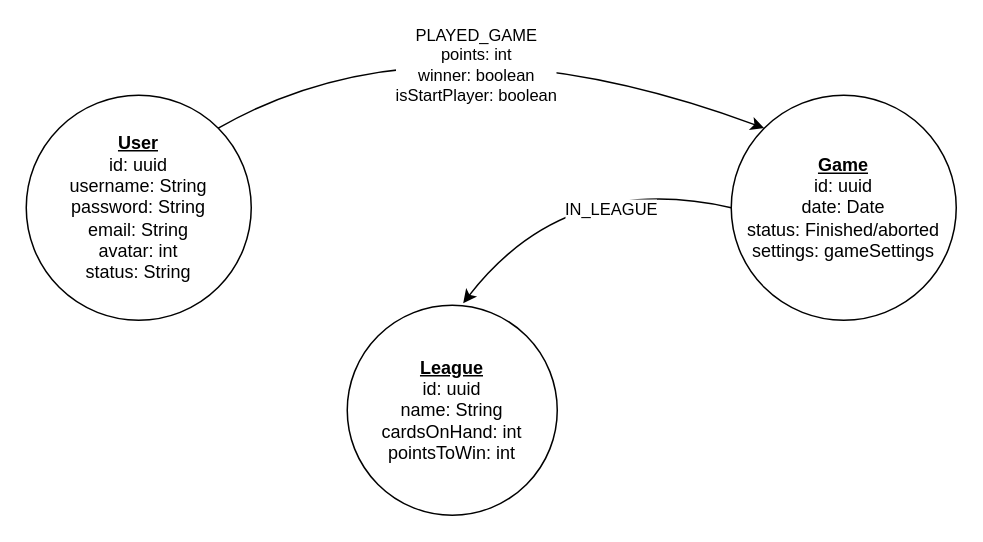
BitLord69/SGFM2 keeps this draw.io diagram as page "simple version" (1 of 2) of Database.drawio. Above is the earlier version. Source tidied: cells renumbered, new cells numbered last; positions are measured from the earlier drawing's top-left corner, leaving out a move shared by most shapes. Both pictures are drawn from the tidied source at 150%, with x=0, y=0 at pixel (26, 4).
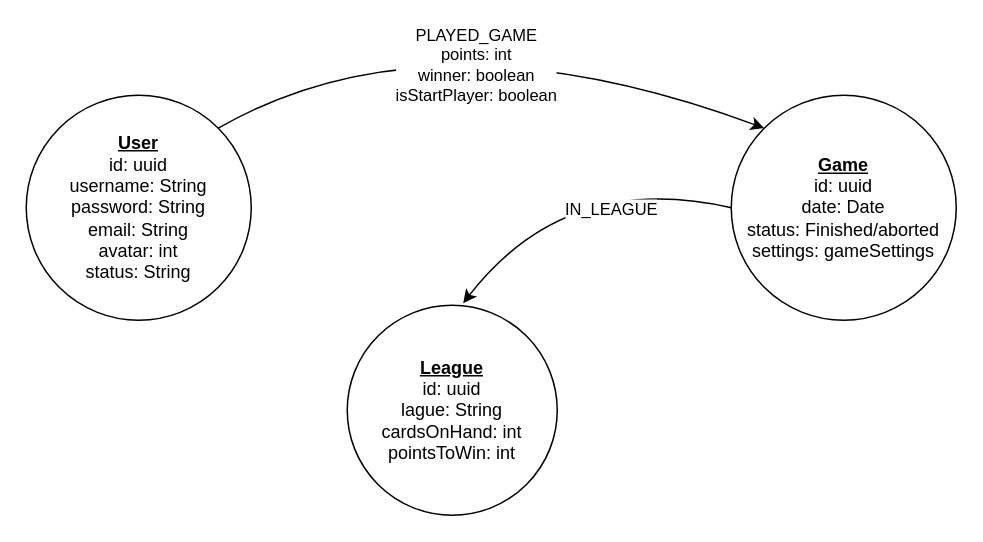
The same diagram, later.

Diff of the diagram source:
```diff
@@
 <mxGraphModel>
   <root>
     <mxCell id="0" />
     <mxCell id="1" parent="0" />
     <mxCell id="2" value="&lt;u style=&quot;font-weight: bold&quot;&gt;User&lt;/u&gt;&lt;br&gt;id: uuid&lt;br&gt;username: String&lt;br&gt;password: String&lt;br&gt;email: String&lt;br&gt;avatar: int&lt;br&gt;status: String" style="ellipse;whiteSpace=wrap;html=1;" parent="1" vertex="1">
       <mxGeometry y="60" width="150" height="150" as="geometry" />
     </mxCell>
     <mxCell id="3" value="&lt;u&gt;&lt;b&gt;Game&lt;/b&gt;&lt;/u&gt;&lt;br&gt;id: uuid&lt;br&gt;date: Date&lt;br&gt;status: Finished/aborted&lt;br&gt;settings: gameSettings" style="ellipse;whiteSpace=wrap;html=1;" parent="1" vertex="1">
       <mxGeometry x="470" y="60" width="150" height="150" as="geometry" />
     </mxCell>
     <mxCell id="4" style="curved=1;endArrow=classic;html=1;exitX=1;exitY=0;exitDx=0;exitDy=0;entryX=0;entryY=0;entryDx=0;entryDy=0;" parent="1" edge="1" source="2" target="3">
       <mxGeometry relative="1" as="geometry">
         <Array as="points">
           <mxPoint x="270" />
         </Array>
       </mxGeometry>
     </mxCell>
     <mxCell id="5" value="PLAYED_GAME&lt;br&gt;points: int&lt;br&gt;winner: boolean&lt;br&gt;isStartPlayer: boolean" style="edgeLabel;html=1;align=center;verticalAlign=middle;" parent="4" vertex="1">
       <mxGeometry x="0.02" y="-34" relative="1" as="geometry">
         <mxPoint x="3.4" y="-6.1" as="offset" />
       </mxGeometry>
     </mxCell>
-    <mxCell id="6" value="&lt;u&gt;&lt;b&gt;League&lt;/b&gt;&lt;/u&gt;&lt;br&gt;id: uuid&lt;br&gt;name: String&lt;br&gt;cardsOnHand: int&lt;br&gt;pointsToWin: int" style="ellipse;whiteSpace=wrap;html=1;" parent="1" vertex="1">
+    <mxCell id="6" value="&lt;u&gt;&lt;b&gt;League&lt;/b&gt;&lt;/u&gt;&lt;br&gt;id: uuid&lt;br&gt;lague: String&lt;br&gt;cardsOnHand: int&lt;br&gt;pointsToWin: int" style="ellipse;whiteSpace=wrap;html=1;" parent="1" vertex="1">
       <mxGeometry x="214" y="200" width="140" height="140" as="geometry" />
     </mxCell>
     <mxCell id="7" style="curved=1;endArrow=classic;html=1;exitX=0;exitY=0.5;exitDx=0;exitDy=0;entryX=0.552;entryY=-0.01;entryDx=0;entryDy=0;entryPerimeter=0;" parent="1" edge="1" source="3" target="6">
       <mxGeometry relative="1" as="geometry">
         <Array as="points">
           <mxPoint x="360" y="110" />
         </Array>
       </mxGeometry>
     </mxCell>
     <mxCell id="8" value="IN_LEAGUE" style="edgeLabel;html=1;align=center;verticalAlign=middle;" parent="7" vertex="1">
       <mxGeometry x="0.19" y="17" relative="1" as="geometry">
         <mxPoint x="29.4" y="-2" as="offset" />
       </mxGeometry>
     </mxCell>
   </root>
 </mxGraphModel>
```
